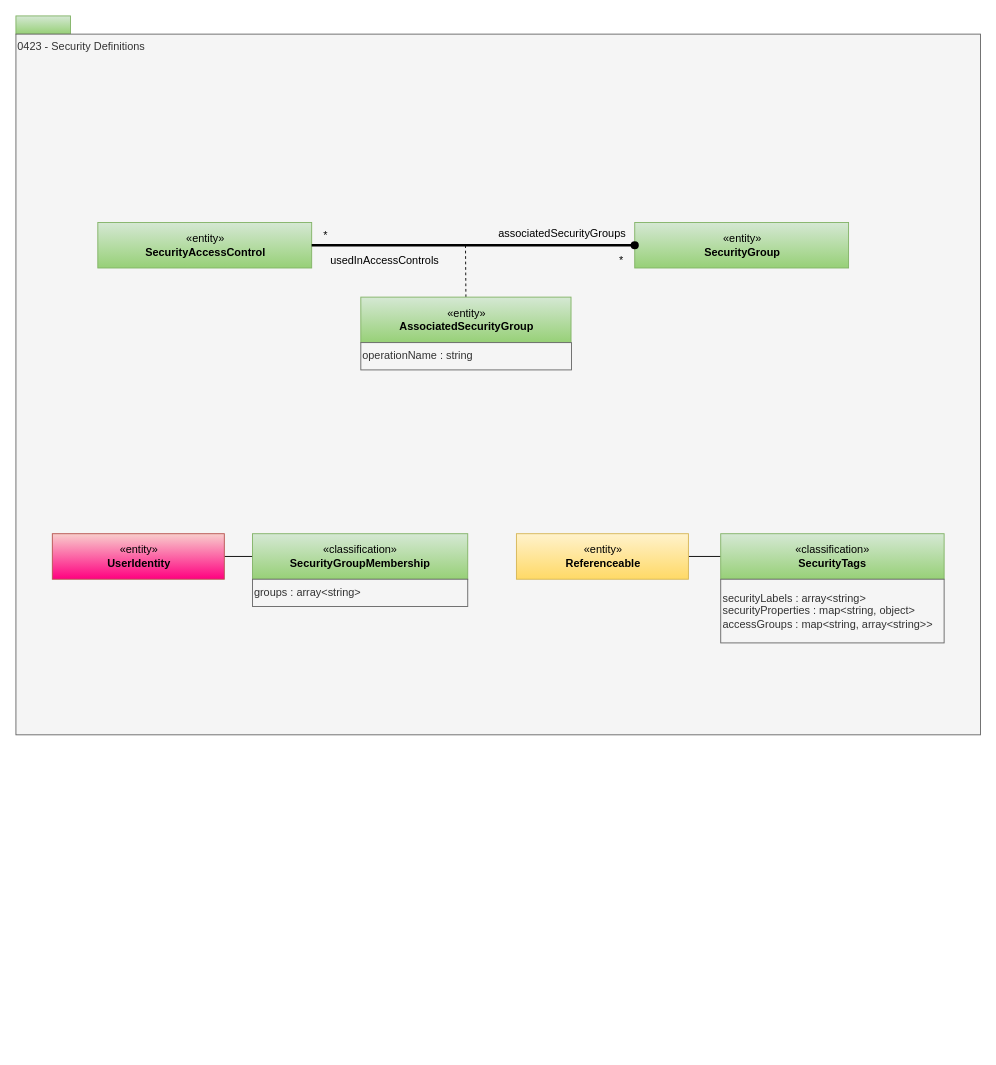
odpi/egeria-docs keeps this draw.io diagram as page "0423-Security-Definitions" (8 of 30) of site/docs/types/4/area-4-governance.drawio. Above is the earlier version. Source tidied: cells renumbered, new cells numbered last; positions are measured from the earlier drawing's top-left corner, leaving out a move shared by most shapes. Both pictures are drawn from the tidied source at 91%, with x=0, y=0 at pixel (15, 15).
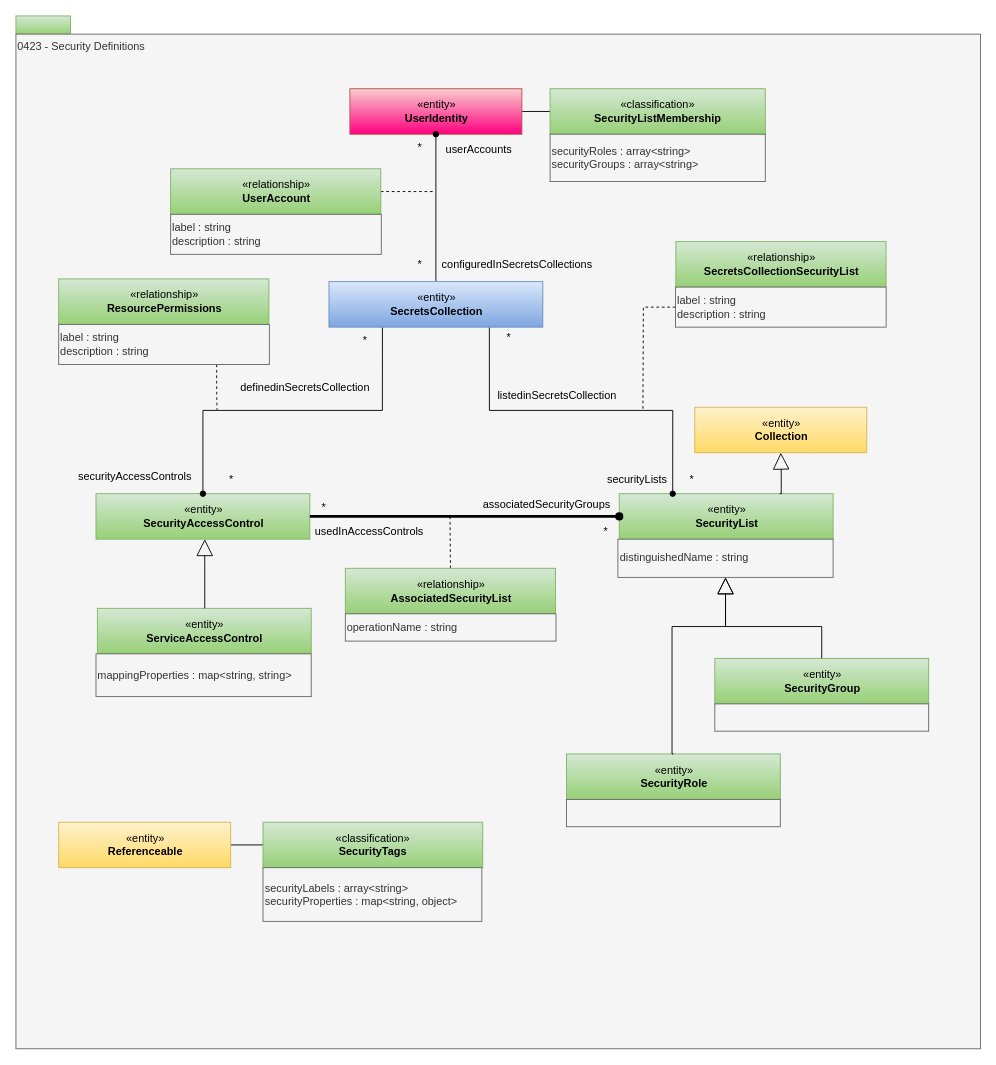
Above is the later version.

Diff of the diagram source:
```diff
@@
     <mxCell id="3" value="0423 - Security Definitions" style="rounded=0;whiteSpace=wrap;html=1;align=left;verticalAlign=top;fillColor=#f5f5f5;fontColor=#333333;strokeColor=#666666;" parent="1" vertex="1">
-      <mxGeometry y="20" width="1060" height="770" as="geometry" />
+      <mxGeometry y="20" width="1060" height="1115" as="geometry" />
     </mxCell>
@@
     <mxCell id="5" value="«classification»&lt;br&gt;&lt;b&gt;SecurityTags&lt;/b&gt;" style="html=1;strokeColor=#82b366;align=center;fillColor=#d5e8d4;gradientColor=#97d077;" parent="1" vertex="1">
-      <mxGeometry x="774.5" y="569" width="245.5" height="50" as="geometry" />
+      <mxGeometry x="271.5" y="886" width="241.5" height="50" as="geometry" />
     </mxCell>
     <mxCell id="6" value="«entity»&lt;br&gt;&lt;b&gt;Referenceable&lt;/b&gt;" style="html=1;strokeColor=#d6b656;align=center;fillColor=#fff2cc;gradientColor=#ffd966;" parent="1" vertex="1">
-      <mxGeometry x="550" y="569" width="189" height="50" as="geometry" />
+      <mxGeometry x="47" y="886" width="189" height="50" as="geometry" />
     </mxCell>
-    <mxCell id="7" value="securityLabels : array&amp;lt;string&amp;gt;&lt;br&gt;securityProperties : map&amp;lt;string, object&amp;gt;&lt;br&gt;accessGroups : map&amp;lt;string, array&amp;lt;string&amp;gt;&amp;gt;" style="rounded=0;whiteSpace=wrap;html=1;strokeColor=#666666;align=left;fillColor=#f5f5f5;fontColor=#333333;" parent="1" vertex="1">
-      <mxGeometry x="774.5" y="619" width="245.5" height="70" as="geometry" />
+    <mxCell id="7" value="securityLabels : array&amp;lt;string&amp;gt;&lt;br&gt;securityProperties : map&amp;lt;string, object&amp;gt;" style="rounded=0;whiteSpace=wrap;html=1;strokeColor=#666666;align=left;fillColor=#f5f5f5;fontColor=#333333;" parent="1" vertex="1">
+      <mxGeometry x="271.5" y="936" width="240.5" height="59" as="geometry" />
     </mxCell>
     <mxCell id="8" style="edgeStyle=orthogonalEdgeStyle;rounded=0;html=1;entryX=0;entryY=0.5;endArrow=none;endFill=0;jettySize=auto;entryDx=0;entryDy=0;exitX=1;exitY=0.5;exitDx=0;exitDy=0;" parent="1" edge="1" source="12" target="9">
       <mxGeometry relative="1" as="geometry">
         <Array as="points">
-          <mxPoint x="310" y="594" />
+          <mxPoint x="637" y="105" />
         </Array>
       </mxGeometry>
     </mxCell>
-    <mxCell id="9" value="«classification»&lt;br&gt;&lt;b&gt;SecurityGroupMembership&lt;/b&gt;" style="html=1;strokeColor=#82b366;align=center;fillColor=#d5e8d4;gradientColor=#97d077;" parent="1" vertex="1">
-      <mxGeometry x="260" y="569" width="236.5" height="50" as="geometry" />
+    <mxCell id="9" value="«classification»&lt;br&gt;&lt;b&gt;SecurityListMembership&lt;/b&gt;" style="html=1;strokeColor=#82b366;align=center;fillColor=#d5e8d4;gradientColor=#97d077;" parent="1" vertex="1">
+      <mxGeometry x="587" y="80" width="236.5" height="50" as="geometry" />
     </mxCell>
-    <mxCell id="10" value="groups : array&amp;lt;string&amp;gt;" style="rounded=0;whiteSpace=wrap;html=1;align=left;fillColor=#f5f5f5;fontColor=#333333;strokeColor=#666666;" parent="1" vertex="1">
-      <mxGeometry x="260" y="619" width="236.5" height="30" as="geometry" />
+    <mxCell id="10" value="securityRoles : array&amp;lt;string&amp;gt;&lt;div&gt;securityGroups : array&amp;lt;string&amp;gt;&lt;/div&gt;" style="rounded=0;whiteSpace=wrap;html=1;align=left;fillColor=#f5f5f5;fontColor=#333333;strokeColor=#666666;" parent="1" vertex="1">
+      <mxGeometry x="587" y="130" width="236.5" height="52" as="geometry" />
     </mxCell>
     <mxCell id="11" value="«entity»&lt;br&gt;&lt;b&gt;SecurityAccessControl&lt;/b&gt;" style="html=1;strokeColor=#82b366;align=center;fillColor=#d5e8d4;gradientColor=#97d077;" parent="1" vertex="1">
-      <mxGeometry x="90" y="227" width="235" height="50" as="geometry" />
+      <mxGeometry x="88" y="525" width="235" height="50" as="geometry" />
     </mxCell>
     <mxCell id="12" value="«entity»&lt;br&gt;&lt;b&gt;UserIdentity&lt;/b&gt;" style="html=1;strokeColor=#b85450;align=center;fillColor=#f8cecc;gradientColor=#FF0080;" parent="1" vertex="1">
-      <mxGeometry x="40" y="569" width="189" height="50" as="geometry" />
+      <mxGeometry x="367" y="80" width="189" height="50" as="geometry" />
     </mxCell>
-    <mxCell id="13" value="«entity»&lt;br&gt;&lt;b&gt;SecurityGroup&lt;/b&gt;" style="html=1;strokeColor=#82b366;align=center;fillColor=#d5e8d4;gradientColor=#97d077;" parent="1" vertex="1">
-      <mxGeometry x="680" y="227" width="235" height="50" as="geometry" />
+    <mxCell id="13" value="«entity»&lt;br&gt;&lt;b&gt;SecurityList&lt;/b&gt;" style="html=1;strokeColor=#82b366;align=center;fillColor=#d5e8d4;gradientColor=#97d077;" parent="1" vertex="1">
+      <mxGeometry x="663" y="525" width="235" height="50" as="geometry" />
     </mxCell>
     <mxCell id="14" style="edgeStyle=orthogonalEdgeStyle;rounded=0;jettySize=auto;html=1;exitX=0.5;exitY=0;exitDx=0;exitDy=0;startArrow=none;startFill=0;endArrow=none;endFill=0;startSize=6;dashed=1;" parent="1" edge="1" source="15">
       <mxGeometry relative="1" as="geometry">
-        <mxPoint x="494" y="249" as="targetPoint" />
+        <mxPoint x="477" y="547" as="targetPoint" />
       </mxGeometry>
     </mxCell>
-    <mxCell id="15" value="«entity»&lt;br&gt;&lt;b&gt;AssociatedSecurityGroup&lt;/b&gt;" style="html=1;strokeColor=#82b366;align=center;fillColor=#d5e8d4;gradientColor=#97d077;" parent="1" vertex="1">
-      <mxGeometry x="379" y="309" width="231" height="50" as="geometry" />
+    <mxCell id="15" value="«relationship»&lt;br&gt;&lt;b&gt;AssociatedSecurityList&lt;/b&gt;" style="html=1;strokeColor=#82b366;align=center;fillColor=#d5e8d4;gradientColor=#97d077;" parent="1" vertex="1">
+      <mxGeometry x="362" y="607" width="231" height="50" as="geometry" />
     </mxCell>
     <mxCell id="16" value="operationName : string" style="rounded=0;whiteSpace=wrap;html=1;align=left;fillColor=#f5f5f5;fontColor=#333333;strokeColor=#666666;" parent="1" vertex="1">
-      <mxGeometry x="379" y="359" width="231.5" height="30" as="geometry" />
+      <mxGeometry x="362" y="657" width="231.5" height="30" as="geometry" />
     </mxCell>
     <mxCell id="17" value="associatedSecurityGroups" style="text;html=1;align=center;verticalAlign=middle;strokeColor=none;fillColor=none;" parent="1" vertex="1">
-      <mxGeometry x="520" y="224" width="160" height="30" as="geometry" />
+      <mxGeometry x="503" y="522" width="160" height="30" as="geometry" />
     </mxCell>
     <mxCell id="18" value="*" style="text;html=1;align=center;verticalAlign=middle;strokeColor=none;fillColor=none;" parent="1" vertex="1">
-      <mxGeometry x="325" y="227" width="30" height="30" as="geometry" />
+      <mxGeometry x="323" y="525" width="30" height="30" as="geometry" />
     </mxCell>
     <mxCell id="19" value="*" style="text;html=1;align=center;verticalAlign=middle;strokeColor=none;fillColor=none;" parent="1" vertex="1">
-      <mxGeometry x="650" y="254" width="30" height="30" as="geometry" />
+      <mxGeometry x="633" y="552" width="30" height="30" as="geometry" />
     </mxCell>
     <mxCell id="20" value="usedInAccessControls" style="text;html=1;align=center;verticalAlign=middle;strokeColor=none;fillColor=none;" parent="1" vertex="1">
-      <mxGeometry x="335" y="254" width="140" height="30" as="geometry" />
+      <mxGeometry x="318" y="552" width="140" height="30" as="geometry" />
     </mxCell>
@@
+    <mxCell id="22" value="«entity»&lt;br&gt;&lt;b&gt;SecurityGroup&lt;/b&gt;" style="html=1;strokeColor=#82b366;align=center;fillColor=#d5e8d4;gradientColor=#97d077;" parent="1" vertex="1">
+      <mxGeometry x="768" y="706" width="235" height="50" as="geometry" />
+    </mxCell>
+    <mxCell id="23" value="«entity»&lt;br&gt;&lt;b&gt;SecurityRole&lt;/b&gt;" style="html=1;strokeColor=#82b366;align=center;fillColor=#d5e8d4;gradientColor=#97d077;" parent="1" vertex="1">
+      <mxGeometry x="605" y="811" width="235" height="50" as="geometry" />
+    </mxCell>
+    <mxCell id="24" style="edgeStyle=orthogonalEdgeStyle;rounded=0;jettySize=auto;html=1;exitX=0.5;exitY=0;exitDx=0;exitDy=0;endArrow=block;endFill=0;endSize=16;entryX=0.5;entryY=1;entryDx=0;entryDy=0;" parent="1" edge="1" source="23" target="26">
+      <mxGeometry relative="1" as="geometry">
+        <Array as="points">
+          <mxPoint x="721" y="671" />
+          <mxPoint x="780" y="671" />
+        </Array>
+      </mxGeometry>
+    </mxCell>
+    <mxCell id="25" style="edgeStyle=orthogonalEdgeStyle;rounded=0;jettySize=auto;html=1;exitX=0.5;exitY=0;exitDx=0;exitDy=0;endArrow=block;endFill=0;endSize=16;entryX=0.5;entryY=1;entryDx=0;entryDy=0;" parent="1" edge="1" source="22" target="26">
+      <mxGeometry relative="1" as="geometry">
+        <Array as="points">
+          <mxPoint x="886" y="671" />
+          <mxPoint x="780" y="671" />
+        </Array>
+      </mxGeometry>
+    </mxCell>
+    <mxCell id="26" value="distinguishedName : string" style="rounded=0;whiteSpace=wrap;html=1;align=left;fillColor=#f5f5f5;fontColor=#333333;strokeColor=#666666;" parent="1" vertex="1">
+      <mxGeometry x="661.5" y="575" width="236.5" height="42" as="geometry" />
+    </mxCell>
+    <mxCell id="27" value="«entity»&lt;br&gt;&lt;b&gt;Collection&lt;/b&gt;" style="html=1;strokeColor=#d6b656;align=center;fillColor=#fff2cc;gradientColor=#ffd966;" parent="1" vertex="1">
+      <mxGeometry x="746" y="430" width="189" height="50" as="geometry" />
+    </mxCell>
+    <mxCell id="28" style="edgeStyle=orthogonalEdgeStyle;rounded=0;jettySize=auto;html=1;endArrow=block;endFill=0;endSize=16;entryX=0.5;entryY=1;entryDx=0;entryDy=0;exitX=0.75;exitY=0;exitDx=0;exitDy=0;" parent="1" edge="1" source="13" target="27">
+      <mxGeometry relative="1" as="geometry">
+        <Array as="points">
+          <mxPoint x="841" y="525" />
+          <mxPoint x="841" y="502" />
+        </Array>
+      </mxGeometry>
+    </mxCell>
+    <mxCell id="29" value="«entity»&lt;br&gt;&lt;b&gt;ServiceAccessControl&lt;/b&gt;" style="html=1;strokeColor=#82b366;align=center;fillColor=#d5e8d4;gradientColor=#97d077;" parent="1" vertex="1">
+      <mxGeometry x="89.5" y="651" width="235" height="50" as="geometry" />
+    </mxCell>
+    <mxCell id="30" value="mappingProperties : map&amp;lt;string, string&amp;gt;" style="rounded=0;whiteSpace=wrap;html=1;align=left;fillColor=#f5f5f5;fontColor=#333333;strokeColor=#666666;" parent="1" vertex="1">
+      <mxGeometry x="88" y="701" width="236.5" height="47" as="geometry" />
+    </mxCell>
+    <mxCell id="31" style="edgeStyle=orthogonalEdgeStyle;rounded=0;jettySize=auto;html=1;endArrow=block;endFill=0;endSize=16;entryX=0.5;entryY=1;entryDx=0;entryDy=0;" parent="1" edge="1" source="29">
+      <mxGeometry relative="1" as="geometry">
+        <mxPoint x="207.5" y="575" as="targetPoint" />
+        <Array as="points">
+          <mxPoint x="207.5" y="604" />
+        </Array>
+      </mxGeometry>
+    </mxCell>
+    <mxCell id="32" style="rounded=0;whiteSpace=wrap;html=1;align=left;fillColor=#f5f5f5;fontColor=#333333;strokeColor=#666666;" parent="1" vertex="1">
+      <mxGeometry x="768" y="756" width="235" height="30" as="geometry" />
+    </mxCell>
+    <mxCell id="33" style="rounded=0;whiteSpace=wrap;html=1;align=left;fillColor=#f5f5f5;fontColor=#333333;strokeColor=#666666;" parent="1" vertex="1">
+      <mxGeometry x="605" y="861" width="235" height="30" as="geometry" />
+    </mxCell>
+    <mxCell id="34" style="edgeStyle=orthogonalEdgeStyle;rounded=0;jettySize=auto;html=1;exitX=0.5;exitY=0;exitDx=0;exitDy=0;entryX=0.5;entryY=1;entryDx=0;entryDy=0;endArrow=oval;endFill=1;endSize=6;" parent="1" edge="1" source="37" target="12">
+      <mxGeometry relative="1" as="geometry" />
+    </mxCell>
+    <mxCell id="35" style="edgeStyle=orthogonalEdgeStyle;rounded=0;jettySize=auto;html=1;exitX=0.75;exitY=1;exitDx=0;exitDy=0;entryX=0.25;entryY=0;entryDx=0;entryDy=0;endArrow=oval;endFill=1;" parent="1" edge="1" source="37" target="13">
+      <mxGeometry relative="1" as="geometry" />
+    </mxCell>
+    <mxCell id="36" style="edgeStyle=orthogonalEdgeStyle;rounded=0;jettySize=auto;html=1;exitX=0.25;exitY=1;exitDx=0;exitDy=0;endArrow=oval;endFill=1;" parent="1" edge="1" source="37" target="11">
+      <mxGeometry relative="1" as="geometry" />
+    </mxCell>
+    <mxCell id="37" value="«entity»&lt;br&gt;&lt;b&gt;SecretsCollection&lt;/b&gt;" style="html=1;strokeColor=#6c8ebf;align=center;fillColor=#dae8fc;gradientColor=#7ea6e0;" parent="1" vertex="1">
+      <mxGeometry x="344" y="292" width="235" height="50" as="geometry" />
+    </mxCell>
+    <mxCell id="38" style="edgeStyle=orthogonalEdgeStyle;rounded=0;jettySize=auto;html=1;exitX=1;exitY=0.5;exitDx=0;exitDy=0;startArrow=none;startFill=0;endArrow=none;endFill=0;startSize=6;dashed=1;" parent="1" edge="1" source="39">
+      <mxGeometry relative="1" as="geometry">
+        <mxPoint x="460" y="193" as="targetPoint" />
+      </mxGeometry>
+    </mxCell>
+    <mxCell id="39" value="«relationship»&lt;br&gt;&lt;b&gt;UserAccount&lt;/b&gt;" style="html=1;strokeColor=#82b366;align=center;fillColor=#d5e8d4;gradientColor=#97d077;" parent="1" vertex="1">
+      <mxGeometry x="170" y="168" width="231" height="50" as="geometry" />
+    </mxCell>
+    <mxCell id="40" value="label : string&lt;div&gt;description : string&lt;/div&gt;" style="rounded=0;whiteSpace=wrap;html=1;align=left;fillColor=#f5f5f5;fontColor=#333333;strokeColor=#666666;" parent="1" vertex="1">
+      <mxGeometry x="170" y="218" width="231.5" height="44" as="geometry" />
+    </mxCell>
+    <mxCell id="41" value="*" style="text;html=1;whiteSpace=wrap;strokeColor=none;fillColor=none;align=center;verticalAlign=middle;rounded=0;" parent="1" vertex="1">
+      <mxGeometry x="413.5" y="130" width="60" height="30" as="geometry" />
+    </mxCell>
+    <mxCell id="42" value="*" style="text;html=1;whiteSpace=wrap;strokeColor=none;fillColor=none;align=center;verticalAlign=middle;rounded=0;" parent="1" vertex="1">
+      <mxGeometry x="413.8" y="259" width="60" height="30" as="geometry" />
+    </mxCell>
+    <mxCell id="43" value="userAccounts" style="text;html=1;whiteSpace=wrap;strokeColor=none;fillColor=none;align=center;verticalAlign=middle;rounded=0;" parent="1" vertex="1">
+      <mxGeometry x="479" y="132" width="60" height="30" as="geometry" />
+    </mxCell>
+    <mxCell id="44" value="configuredInSecretsCollections" style="text;html=1;whiteSpace=wrap;strokeColor=none;fillColor=none;align=center;verticalAlign=middle;rounded=0;" parent="1" vertex="1">
+      <mxGeometry x="521" y="258" width="60" height="30" as="geometry" />
+    </mxCell>
+    <mxCell id="45" style="edgeStyle=orthogonalEdgeStyle;rounded=0;jettySize=auto;html=1;exitX=0.75;exitY=1;exitDx=0;exitDy=0;startArrow=none;startFill=0;endArrow=none;endFill=0;startSize=6;dashed=1;" parent="1" edge="1" source="47">
+      <mxGeometry relative="1" as="geometry">
+        <mxPoint x="221" y="433" as="targetPoint" />
+      </mxGeometry>
+    </mxCell>
+    <mxCell id="46" value="«relationship»&lt;br&gt;&lt;b&gt;ResourcePermissions&lt;/b&gt;" style="html=1;strokeColor=#82b366;align=center;fillColor=#d5e8d4;gradientColor=#97d077;" parent="1" vertex="1">
+      <mxGeometry x="47" y="289" width="231" height="50" as="geometry" />
+    </mxCell>
+    <mxCell id="47" value="label : string&lt;div&gt;description : string&lt;/div&gt;" style="rounded=0;whiteSpace=wrap;html=1;align=left;fillColor=#f5f5f5;fontColor=#333333;strokeColor=#666666;" parent="1" vertex="1">
+      <mxGeometry x="47" y="339" width="231.5" height="44" as="geometry" />
+    </mxCell>
+    <mxCell id="48" style="edgeStyle=orthogonalEdgeStyle;rounded=0;jettySize=auto;html=1;exitX=0;exitY=0.5;exitDx=0;exitDy=0;startArrow=none;startFill=0;endArrow=none;endFill=0;startSize=6;dashed=1;" parent="1" edge="1" source="50">
+      <mxGeometry relative="1" as="geometry">
+        <mxPoint x="689" y="433" as="targetPoint" />
+      </mxGeometry>
+    </mxCell>
+    <mxCell id="49" value="«relationship»&lt;br&gt;&lt;b&gt;SecretsCollectionSecurityList&lt;/b&gt;" style="html=1;strokeColor=#82b366;align=center;fillColor=#d5e8d4;gradientColor=#97d077;" parent="1" vertex="1">
+      <mxGeometry x="725.2" y="248" width="231" height="50" as="geometry" />
+    </mxCell>
+    <mxCell id="50" value="label : string&lt;div&gt;description : string&lt;/div&gt;" style="rounded=0;whiteSpace=wrap;html=1;align=left;fillColor=#f5f5f5;fontColor=#333333;strokeColor=#666666;" parent="1" vertex="1">
+      <mxGeometry x="724.8" y="298" width="231.5" height="44" as="geometry" />
+    </mxCell>
+    <mxCell id="51" value="*" style="text;html=1;whiteSpace=wrap;strokeColor=none;fillColor=none;align=center;verticalAlign=middle;rounded=0;" parent="1" vertex="1">
+      <mxGeometry x="207" y="495" width="60" height="30" as="geometry" />
+    </mxCell>
+    <mxCell id="52" value="*" style="text;html=1;whiteSpace=wrap;strokeColor=none;fillColor=none;align=center;verticalAlign=middle;rounded=0;" parent="1" vertex="1">
+      <mxGeometry x="353.8" y="342" width="60" height="30" as="geometry" />
+    </mxCell>
+    <mxCell id="53" value="*" style="text;html=1;whiteSpace=wrap;strokeColor=none;fillColor=none;align=center;verticalAlign=middle;rounded=0;" parent="1" vertex="1">
+      <mxGeometry x="512" y="339" width="60" height="30" as="geometry" />
+    </mxCell>
+    <mxCell id="54" value="*" style="text;html=1;whiteSpace=wrap;strokeColor=none;fillColor=none;align=center;verticalAlign=middle;rounded=0;" parent="1" vertex="1">
+      <mxGeometry x="713" y="495" width="60" height="30" as="geometry" />
+    </mxCell>
+    <mxCell id="55" value="securityLists" style="text;html=1;whiteSpace=wrap;strokeColor=none;fillColor=none;align=center;verticalAlign=middle;rounded=0;" parent="1" vertex="1">
+      <mxGeometry x="653" y="495" width="60" height="30" as="geometry" />
+    </mxCell>
+    <mxCell id="56" value="securityAccessControls" style="text;html=1;whiteSpace=wrap;strokeColor=none;fillColor=none;align=center;verticalAlign=middle;rounded=0;" parent="1" vertex="1">
+      <mxGeometry x="101" y="492" width="60" height="30" as="geometry" />
+    </mxCell>
+    <mxCell id="57" value="definedinSecretsCollection" style="text;html=1;whiteSpace=wrap;strokeColor=none;fillColor=none;align=center;verticalAlign=middle;rounded=0;" parent="1" vertex="1">
+      <mxGeometry x="288" y="394" width="60" height="30" as="geometry" />
+    </mxCell>
+    <mxCell id="58" value="listedinSecretsCollection" style="text;html=1;whiteSpace=wrap;strokeColor=none;fillColor=none;align=center;verticalAlign=middle;rounded=0;" parent="1" vertex="1">
+      <mxGeometry x="565" y="403" width="60" height="30" as="geometry" />
+    </mxCell>
```
